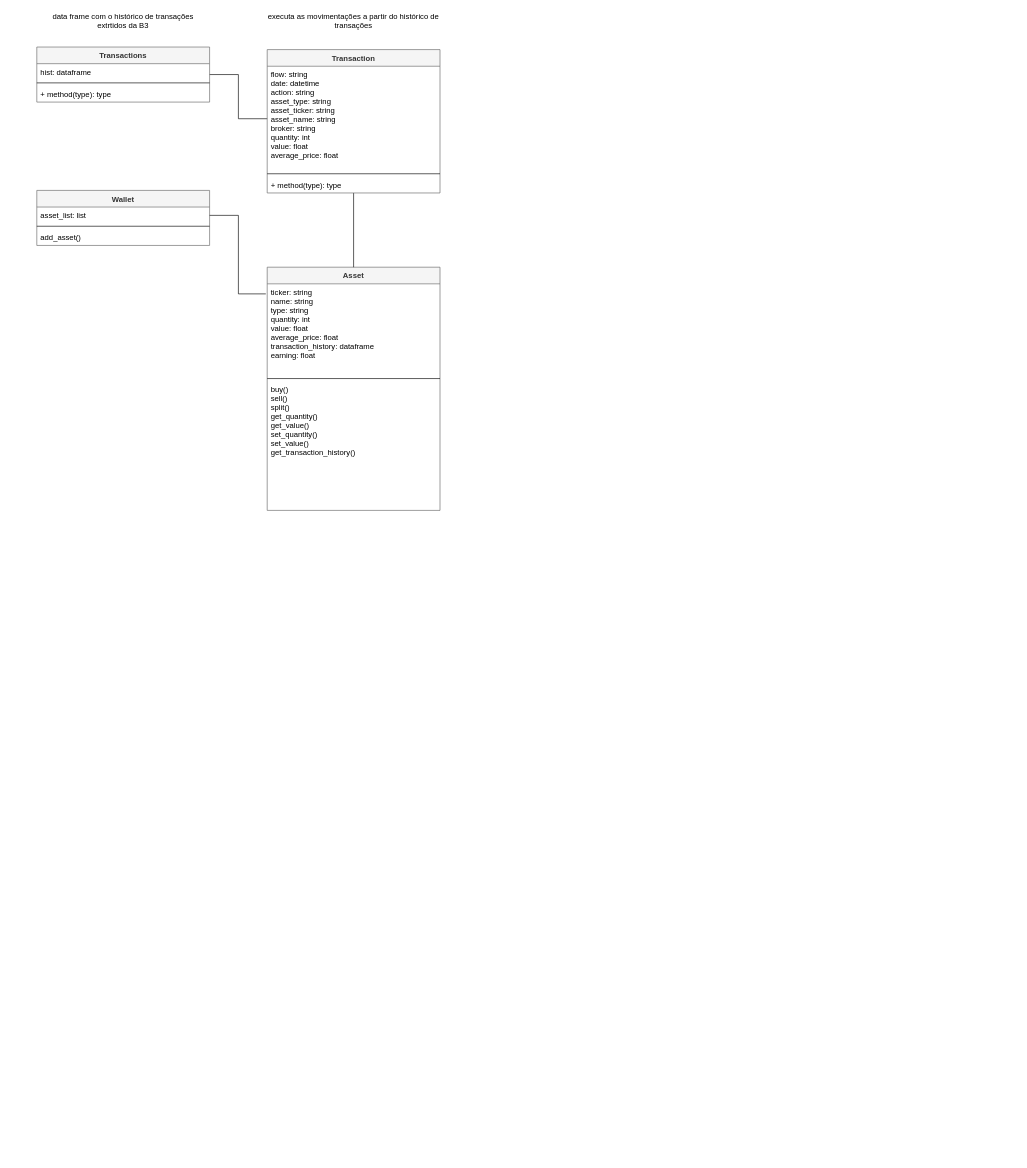
This is diagram-investment-tracker.drawio from importsci/investment-tracker, a draw.io file, before an edit. Source tidied: cells renumbered, new cells numbered last; positions are measured from the earlier drawing's top-left corner, leaving out a move shared by most shapes. Both pictures are drawn from the tidied source at 64%, with x=0, y=0 at pixel (36, 11).
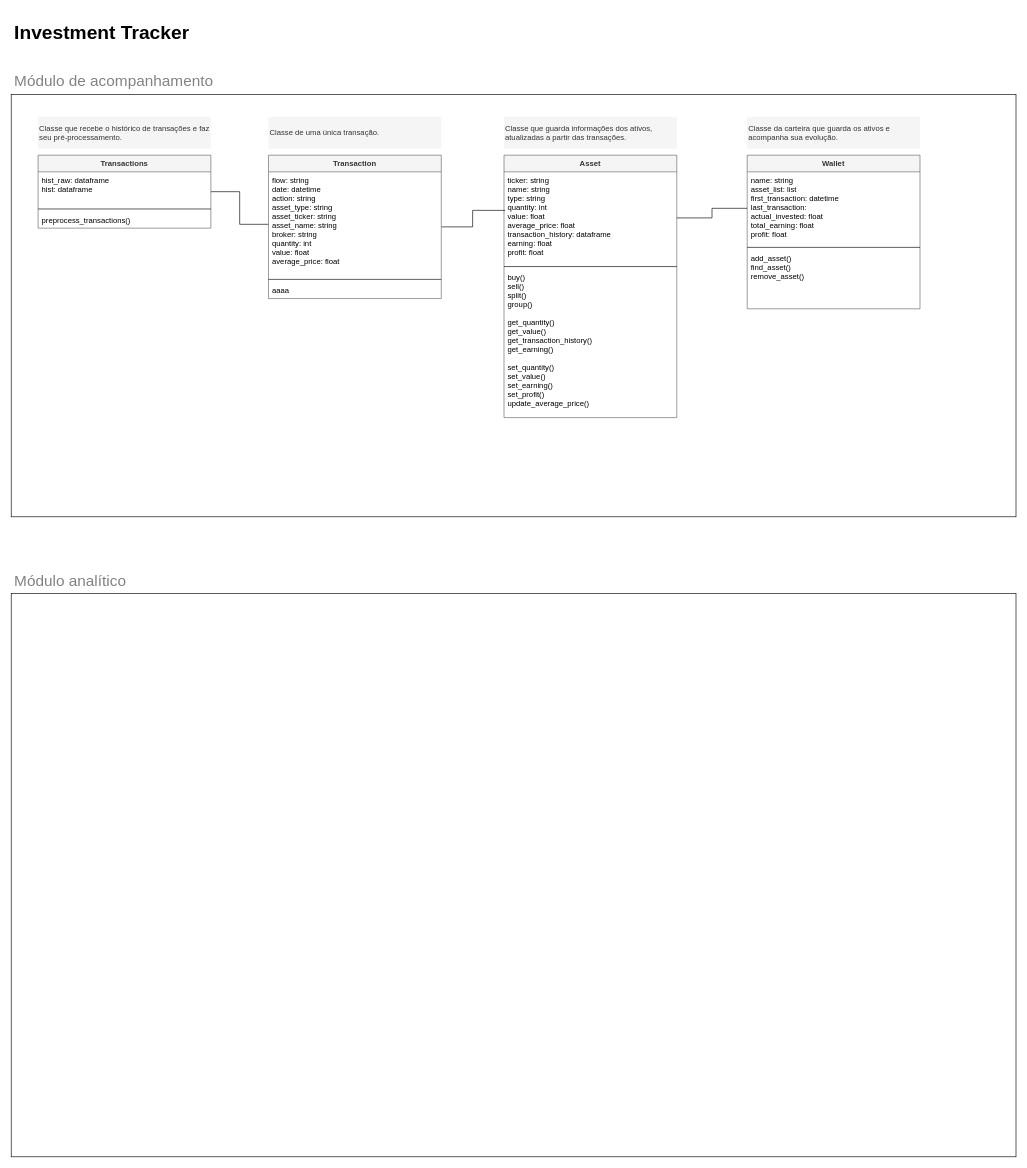
The same diagram, later.

Commit message:
Atualiza o diagrama de classes

Neste commit foi feito:

- Atualização do desenho, para incorporar novos atributos e métodos

Diff of the diagram source:
```diff
@@
+    <mxCell id="23" style="rounded=0;whiteSpace=wrap;html=1;" parent="1" vertex="1">
+      <mxGeometry x="-40" y="130" width="1570" height="660" as="geometry" />
+    </mxCell>
     <mxCell id="2" value="Wallet" style="swimlane;fontStyle=1;align=center;verticalAlign=top;horizontal=1;startSize=26;fillColor=#f5f5f5;strokeColor=#666666;fontColor=#333333;" parent="1" vertex="1">
-      <mxGeometry y="280" width="270" height="86" as="geometry" />
+      <mxGeometry x="1110" y="225" width="270" height="240" as="geometry" />
     </mxCell>
-    <mxCell id="3" value="asset_list: list" style="text;strokeColor=none;fillColor=none;align=left;verticalAlign=top;spacingLeft=4;spacingRight=4;overflow=hidden;points=[[0,0.5],[1,0.5]];portConstraint=eastwest;" parent="2" vertex="1">
-      <mxGeometry y="26" width="270" height="26" as="geometry" />
+    <mxCell id="3" value="name: string&#10;asset_list: list&#10;first_transaction: datetime&#10;last_transaction: &#10;actual_invested: float&#10;total_earning: float&#10;profit: float" style="text;strokeColor=none;fillColor=none;align=left;verticalAlign=top;spacingLeft=4;spacingRight=4;overflow=hidden;points=[[0,0.5],[1,0.5]];portConstraint=eastwest;" parent="2" vertex="1">
+      <mxGeometry y="26" width="270" height="114" as="geometry" />
     </mxCell>
     <mxCell id="4" style="line;strokeWidth=1;fillColor=none;align=left;verticalAlign=middle;spacingTop=-1;spacingLeft=3;spacingRight=3;labelPosition=right;" parent="2" vertex="1">
-      <mxGeometry y="52" width="270" height="8" as="geometry" />
+      <mxGeometry y="140" width="270" height="8" as="geometry" />
     </mxCell>
-    <mxCell id="5" value="add_asset()" style="text;strokeColor=none;fillColor=none;align=left;verticalAlign=top;spacingLeft=4;spacingRight=4;overflow=hidden;" parent="2" vertex="1">
-      <mxGeometry y="60" width="270" height="26" as="geometry" />
+    <mxCell id="5" value="add_asset()&#10;find_asset()&#10;remove_asset()" style="text;strokeColor=none;fillColor=none;align=left;verticalAlign=top;spacingLeft=4;spacingRight=4;overflow=hidden;" parent="2" vertex="1">
+      <mxGeometry y="148" width="270" height="92" as="geometry" />
     </mxCell>
@@
     <mxCell id="7" value="Transactions" style="swimlane;fontStyle=1;align=center;verticalAlign=top;horizontal=1;startSize=26;fillColor=#f5f5f5;fontColor=#333333;strokeColor=#666666;" parent="1" vertex="1">
-      <mxGeometry y="56" width="270" height="86" as="geometry" />
+      <mxGeometry x="2" y="225" width="270" height="114" as="geometry" />
     </mxCell>
-    <mxCell id="8" value="hist: dataframe" style="text;strokeColor=none;fillColor=none;align=left;verticalAlign=top;spacingLeft=4;spacingRight=4;overflow=hidden;" parent="7" vertex="1">
-      <mxGeometry y="26" width="270" height="26" as="geometry" />
+    <mxCell id="8" value="hist_raw: dataframe&#10;hist: dataframe&#10;" style="text;strokeColor=none;fillColor=none;align=left;verticalAlign=top;spacingLeft=4;spacingRight=4;overflow=hidden;" parent="7" vertex="1">
+      <mxGeometry y="26" width="270" height="54" as="geometry" />
     </mxCell>
     <mxCell id="9" style="line;strokeWidth=1;fillColor=none;align=left;verticalAlign=middle;spacingTop=-1;spacingLeft=3;spacingRight=3;labelPosition=right;" parent="7" vertex="1">
-      <mxGeometry y="52" width="270" height="8" as="geometry" />
+      <mxGeometry y="80" width="270" height="8" as="geometry" />
     </mxCell>
-    <mxCell id="10" value="+ method(type): type" style="text;strokeColor=none;fillColor=none;align=left;verticalAlign=top;spacingLeft=4;spacingRight=4;overflow=hidden;" parent="7" vertex="1">
-      <mxGeometry y="60" width="270" height="26" as="geometry" />
+    <mxCell id="10" value="preprocess_transactions()" style="text;strokeColor=none;fillColor=none;align=left;verticalAlign=top;spacingLeft=4;spacingRight=4;overflow=hidden;" parent="7" vertex="1">
+      <mxGeometry y="88" width="270" height="26" as="geometry" />
     </mxCell>
     <mxCell id="11" value="Asset" style="swimlane;fontStyle=1;align=center;verticalAlign=top;horizontal=1;startSize=26;fillColor=#f5f5f5;fontColor=#333333;strokeColor=#666666;" parent="1" vertex="1">
-      <mxGeometry x="360" y="400" width="270" height="380" as="geometry" />
+      <mxGeometry x="730" y="225" width="270" height="410" as="geometry" />
     </mxCell>
-    <mxCell id="12" value="ticker: string&#10;name: string&#10;type: string&#10;quantity: int&#10;value: float&#10;average_price: float&#10;transaction_history: dataframe&#10;earning: float" style="text;strokeColor=none;fillColor=none;align=left;verticalAlign=top;spacingLeft=4;spacingRight=4;overflow=hidden;points=[[0,0.5],[1,0.5]];portConstraint=eastwest;" parent="11" vertex="1">
+    <mxCell id="12" value="ticker: string&#10;name: string&#10;type: string&#10;quantity: int&#10;value: float&#10;average_price: float&#10;transaction_history: dataframe&#10;earning: float&#10;profit: float" style="text;strokeColor=none;fillColor=none;align=left;verticalAlign=top;spacingLeft=4;spacingRight=4;overflow=hidden;points=[[0,0.5],[1,0.5]];portConstraint=eastwest;" parent="11" vertex="1">
       <mxGeometry y="26" width="270" height="144" as="geometry" />
     </mxCell>
@@
-    <mxCell id="14" value="buy()&#10;sell()&#10;split()&#10;get_quantity()&#10;get_value()&#10;set_quantity()&#10;set_value()&#10;get_transaction_history()&#10;" style="text;strokeColor=none;fillColor=none;align=left;verticalAlign=top;spacingLeft=4;spacingRight=4;overflow=hidden;" parent="11" vertex="1">
-      <mxGeometry y="178" width="270" height="202" as="geometry" />
+    <mxCell id="14" value="buy()&#10;sell()&#10;split()&#10;group()&#10;&#10;get_quantity()&#10;get_value()&#10;get_transaction_history()&#10;get_earning()&#10;&#10;set_quantity()&#10;set_value()&#10;set_earning()&#10;set_profit()&#10;update_average_price()&#10;" style="text;strokeColor=none;fillColor=none;align=left;verticalAlign=top;spacingLeft=4;spacingRight=4;overflow=hidden;" parent="11" vertex="1">
+      <mxGeometry y="178" width="270" height="232" as="geometry" />
     </mxCell>
-    <mxCell id="15" style="edgeStyle=orthogonalEdgeStyle;rounded=0;jettySize=auto;html=1;endArrow=none;endFill=0;strokeColor=default;" parent="1" edge="1" source="16" target="11">
+    <mxCell id="15" style="edgeStyle=orthogonalEdgeStyle;rounded=0;jettySize=auto;html=1;endArrow=none;endFill=0;strokeColor=default;entryX=0.007;entryY=0.418;entryDx=0;entryDy=0;entryPerimeter=0;" parent="1" edge="1" source="16" target="12">
       <mxGeometry relative="1" as="geometry" />
     </mxCell>
     <mxCell id="16" value="Transaction" style="swimlane;fontStyle=1;align=center;verticalAlign=top;horizontal=1;startSize=26;fillColor=#f5f5f5;fontColor=#333333;strokeColor=#666666;" parent="1" vertex="1">
-      <mxGeometry x="360" y="60" width="270" height="224" as="geometry" />
+      <mxGeometry x="362" y="225" width="270" height="224" as="geometry" />
     </mxCell>
@@
-    <mxCell id="19" value="+ method(type): type" style="text;strokeColor=none;fillColor=none;align=left;verticalAlign=top;spacingLeft=4;spacingRight=4;overflow=hidden;" parent="16" vertex="1">
+    <mxCell id="19" value="aaaa" style="text;strokeColor=none;fillColor=none;align=left;verticalAlign=top;spacingLeft=4;spacingRight=4;overflow=hidden;" parent="16" vertex="1">
       <mxGeometry y="198" width="270" height="26" as="geometry" />
     </mxCell>
-    <mxCell id="20" style="edgeStyle=orthogonalEdgeStyle;rounded=0;jettySize=auto;html=1;strokeColor=default;endArrow=none;endFill=0;entryX=-0.008;entryY=0.109;entryDx=0;entryDy=0;entryPerimeter=0;" parent="1" edge="1" source="3" target="12">
+    <mxCell id="20" style="edgeStyle=orthogonalEdgeStyle;rounded=0;jettySize=auto;html=1;strokeColor=default;endArrow=none;endFill=0;entryX=1;entryY=0.5;entryDx=0;entryDy=0;" parent="1" edge="1" source="3" target="12">
       <mxGeometry relative="1" as="geometry" />
     </mxCell>
-    <mxCell id="21" value="data frame com o histórico de transações extrtidos da B3" style="text;html=1;strokeColor=none;fillColor=none;align=center;verticalAlign=middle;whiteSpace=wrap;rounded=0;" parent="1" vertex="1">
-      <mxGeometry width="270" height="30" as="geometry" />
+    <mxCell id="21" value="Classe que recebe o histórico de transações e faz seu pré-processamento." style="text;html=1;strokeColor=none;fillColor=#f5f5f5;align=left;verticalAlign=middle;whiteSpace=wrap;rounded=0;fontColor=#333333;labelPadding=0;arcSize=12;imageAspect=1;fillOpacity=100;" parent="1" vertex="1">
+      <mxGeometry x="2" y="165" width="270" height="50" as="geometry" />
     </mxCell>
-    <mxCell id="22" value="executa as movimentações a partir do histórico de transações" style="text;html=1;strokeColor=none;fillColor=none;align=center;verticalAlign=middle;whiteSpace=wrap;rounded=0;" parent="1" vertex="1">
-      <mxGeometry x="360" width="270" height="30" as="geometry" />
-    </mxCell>
+    <mxCell id="24" value="&lt;h1&gt;&lt;font style=&quot;font-size: 30px;&quot;&gt;Investment Tracker&lt;/font&gt;&lt;/h1&gt;" style="text;html=1;strokeColor=none;fillColor=none;spacing=5;spacingTop=-20;whiteSpace=wrap;overflow=hidden;rounded=0;" parent="1" vertex="1">
+      <mxGeometry x="-40" y="10" width="310" height="40" as="geometry" />
+    </mxCell>
+    <mxCell id="25" value="&lt;h1&gt;&lt;span style=&quot;font-weight: normal;&quot;&gt;Módulo de acompanhamento&lt;/span&gt;&lt;/h1&gt;" style="text;html=1;strokeColor=none;fillColor=none;spacing=5;spacingTop=-20;whiteSpace=wrap;overflow=hidden;rounded=0;fontColor=#828282;fontStyle=0;" parent="1" vertex="1">
+      <mxGeometry x="-40" y="90" width="360" height="40" as="geometry" />
+    </mxCell>
+    <mxCell id="26" style="rounded=0;whiteSpace=wrap;html=1;" parent="1" vertex="1">
+      <mxGeometry x="-40" y="910" width="1570" height="880" as="geometry" />
+    </mxCell>
+    <mxCell id="27" value="&lt;h1&gt;&lt;span style=&quot;font-weight: normal;&quot;&gt;Módulo analítico&lt;/span&gt;&lt;/h1&gt;" style="text;html=1;strokeColor=none;fillColor=none;spacing=5;spacingTop=-20;whiteSpace=wrap;overflow=hidden;rounded=0;fontColor=#828282;fontStyle=0;" parent="1" vertex="1">
+      <mxGeometry x="-40" y="870" width="350" height="40" as="geometry" />
+    </mxCell>
+    <mxCell id="28" value="Classe de uma única transação." style="text;html=1;strokeColor=none;fillColor=#f5f5f5;align=left;verticalAlign=middle;whiteSpace=wrap;rounded=0;fontColor=#333333;labelPadding=0;arcSize=12;imageAspect=1;fillOpacity=100;" parent="1" vertex="1">
+      <mxGeometry x="362" y="165" width="270" height="50" as="geometry" />
+    </mxCell>
+    <mxCell id="29" value="Classe que guarda informações dos ativos, atualizadas a partir das transações." style="text;html=1;strokeColor=none;fillColor=#f5f5f5;align=left;verticalAlign=middle;whiteSpace=wrap;rounded=0;fontColor=#333333;labelPadding=0;arcSize=12;imageAspect=1;fillOpacity=100;" parent="1" vertex="1">
+      <mxGeometry x="730" y="165" width="270" height="50" as="geometry" />
+    </mxCell>
+    <mxCell id="30" value="Classe da carteira que guarda os ativos e acompanha sua evolução." style="text;html=1;strokeColor=none;fillColor=#f5f5f5;align=left;verticalAlign=middle;whiteSpace=wrap;rounded=0;fontColor=#333333;labelPadding=0;arcSize=12;imageAspect=1;fillOpacity=100;" parent="1" vertex="1">
+      <mxGeometry x="1110" y="165" width="270" height="50" as="geometry" />
+    </mxCell>
```
